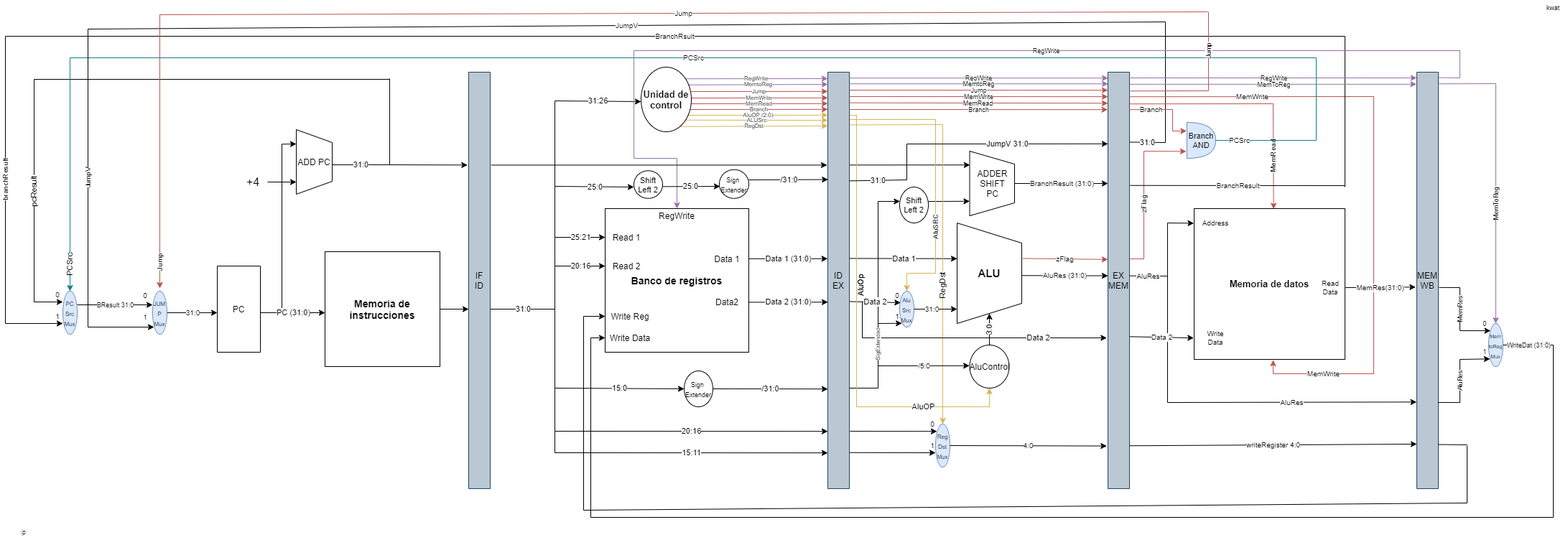
Above: documentacion/drawio/Fase3.png in kwattt/MIPS-teams (draw.io), before the change. Source tidied: cells renumbered, new cells last; positions are measured from the earlier drawing's top-left corner, leaving out a move shared by most shapes.
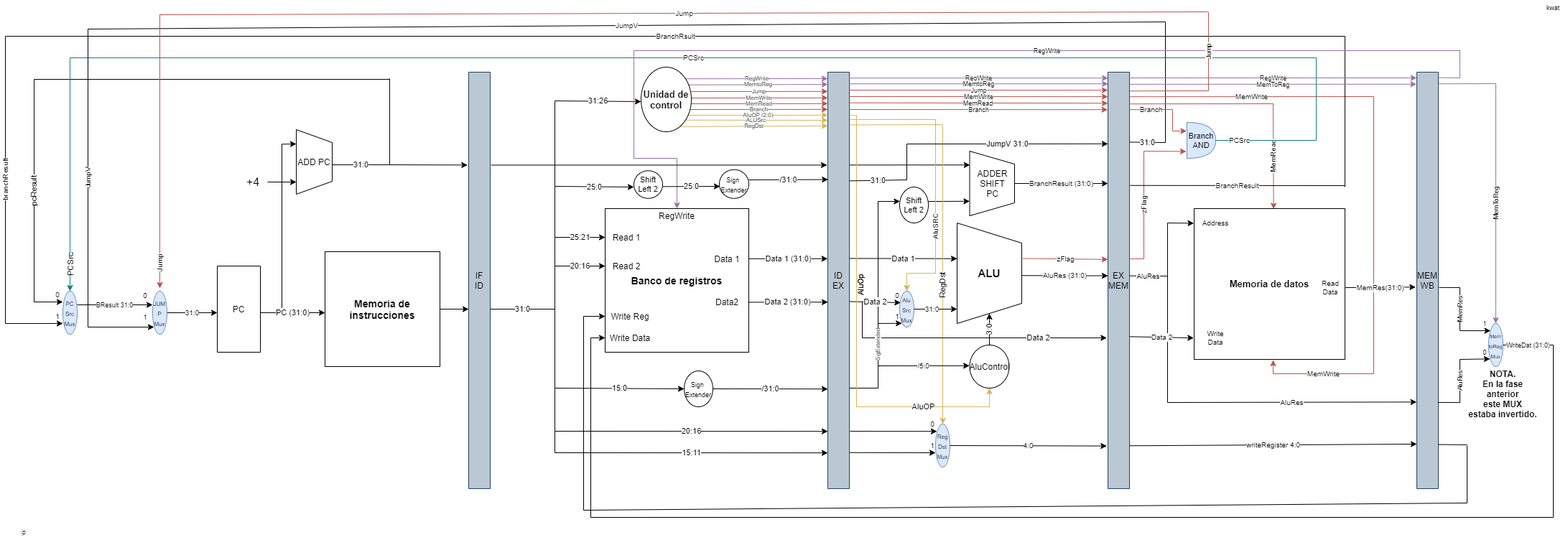
After the commit.

What changed in the source:
```diff
@@ -803,10 +803,10 @@
       </mxGeometry>
     </mxCell>
     <mxCell id="166" value="0" style="text;html=1;strokeColor=none;fillColor=none;align=center;verticalAlign=middle;whiteSpace=wrap;rounded=0;fontSize=9;" parent="1" vertex="1">
-      <mxGeometry x="2040" y="440" width="40" height="20" as="geometry" />
+      <mxGeometry x="2040" y="480" width="40" height="20" as="geometry" />
     </mxCell>
     <mxCell id="167" value="1" style="text;html=1;strokeColor=none;fillColor=none;align=center;verticalAlign=middle;whiteSpace=wrap;rounded=0;fontSize=9;" parent="1" vertex="1">
-      <mxGeometry x="2040" y="479" width="40" height="20" as="geometry" />
+      <mxGeometry x="2040" y="440" width="40" height="20" as="geometry" />
     </mxCell>
     <mxCell id="168" value="Jump" style="endArrow=classic;html=1;entryX=0.033;entryY=1;entryDx=0;entryDy=0;entryPerimeter=0;fontSize=8;fillColor=#f8cecc;strokeColor=#b85450;" parent="1" edge="1">
       <mxGeometry relative="1" as="geometry">
@@ -919,5 +919,8 @@
         <mxPoint x="765" y="259" as="sourcePoint" />
       </mxGeometry>
     </mxCell>
+    <mxCell id="190" value="&lt;b&gt;NOTA.&lt;br&gt;En la fase&lt;br&gt;anterior&lt;br&gt;este MUX&lt;br&gt;estaba invertido.&lt;/b&gt;" style="text;html=1;strokeColor=none;fillColor=none;align=center;verticalAlign=middle;whiteSpace=wrap;rounded=0;" parent="1" vertex="1">
+      <mxGeometry x="2035" y="540" width="100" height="15" as="geometry" />
+    </mxCell>
   </root>
 </mxGraphModel>
```
